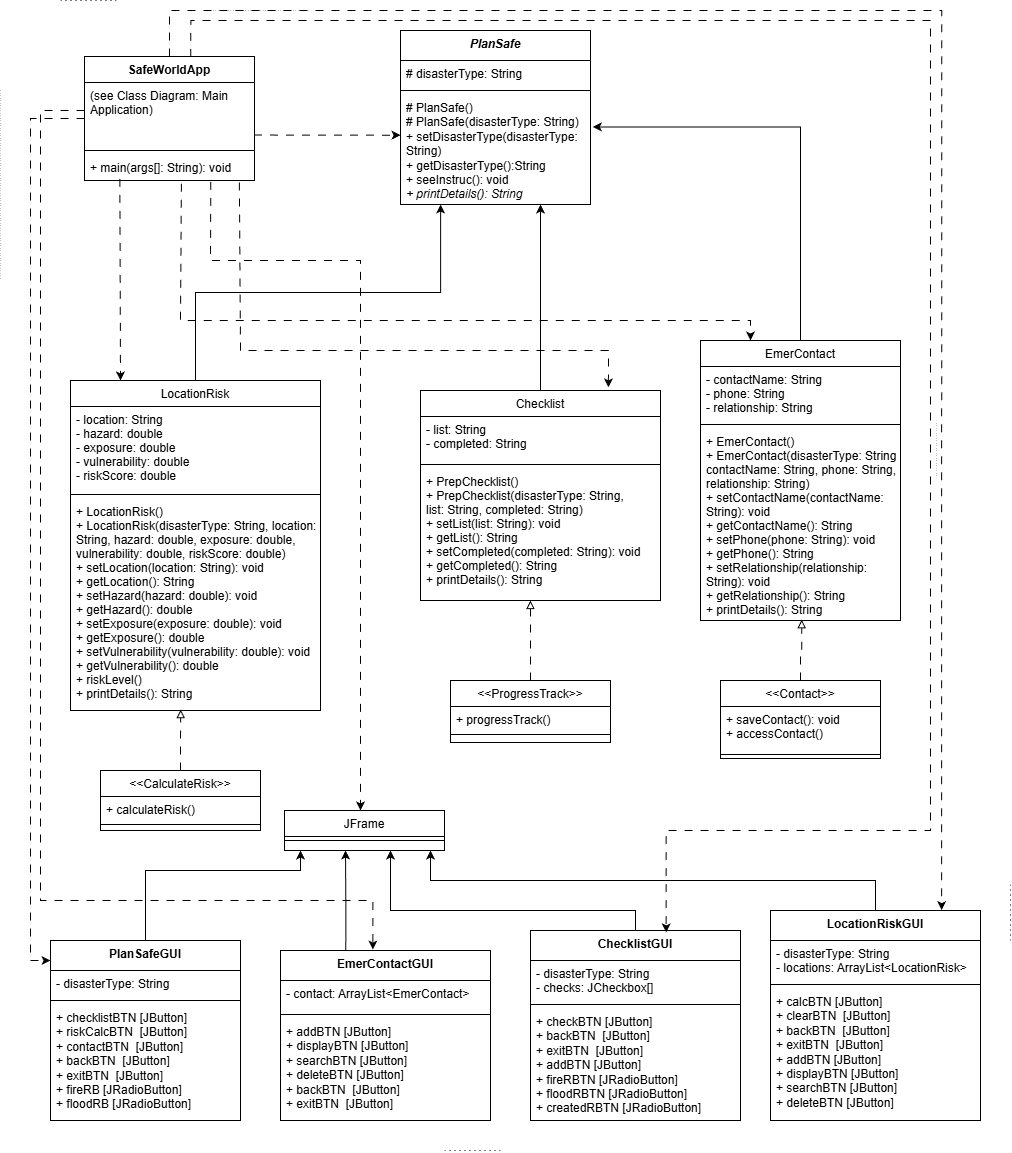
Earlier version of the draw.io export NamuunClassDiagram.png (Namuun612/OOP2025). Source tidied: cells renumbered, new cells last; positions are measured from the earlier drawing's top-left corner, leaving out a move shared by most shapes.
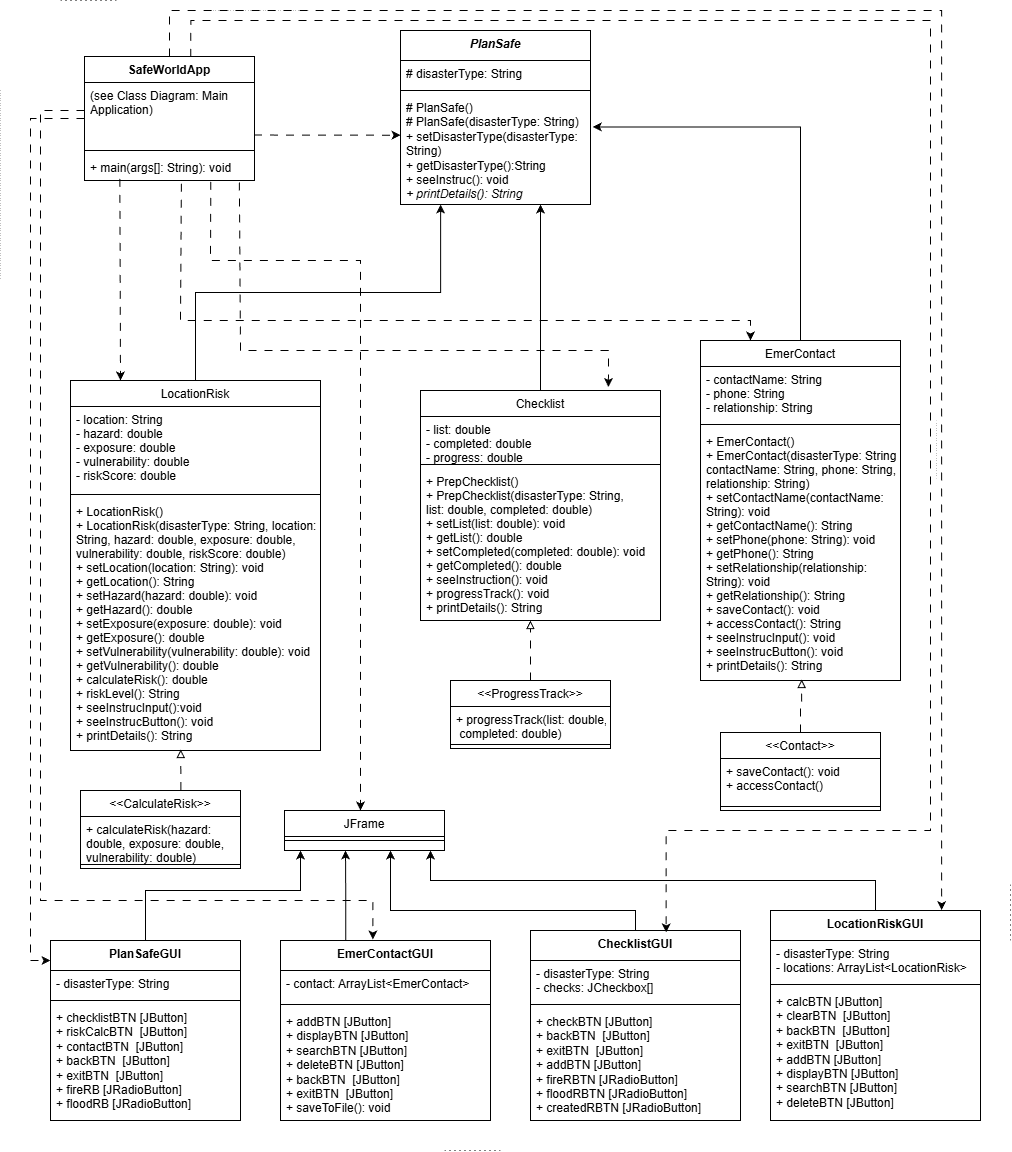
Later version of the same file.

Diff of the diagram source:
```diff
@@ -8,3 +8,3 @@
     <mxCell id="3" value="LocationRisk" style="swimlane;fontStyle=0;align=center;verticalAlign=top;horizontal=1;startSize=26;rounded=0;shadow=0;strokeWidth=1;" parent="1" vertex="1">
-      <mxGeometry x="70" y="380" width="250" height="330" as="geometry" />
+      <mxGeometry x="70" y="380" width="250" height="370" as="geometry" />
     </mxCell>
@@ -16,4 +16,4 @@
     </mxCell>
-    <mxCell id="6" value="+ LocationRisk()&#10;+ LocationRisk(disasterType: String, location: &#10;String, hazard: double, exposure: double, &#10;vulnerability: double, riskScore: double)&#10;+ setLocation(location: String): void&#10;+ getLocation(): String&#10;+ setHazard(hazard: double): void&#10;+ getHazard(): double&#10;+ setExposure(exposure: double): void&#10;+ getExposure(): double&#10;+ setVulnerability(vulnerability: double): void&#10;+ getVulnerability(): double&#10;+ riskLevel()&#10;+ printDetails(): String" style="text;align=left;verticalAlign=top;spacingLeft=4;spacingRight=4;overflow=hidden;points=[[0,0.5],[1,0.5]];portConstraint=eastwest;" parent="3" vertex="1">
-      <mxGeometry y="118" width="250" height="212" as="geometry" />
+    <mxCell id="6" value="+ LocationRisk()&#10;+ LocationRisk(disasterType: String, location: &#10;String, hazard: double, exposure: double, &#10;vulnerability: double, riskScore: double)&#10;+ setLocation(location: String): void&#10;+ getLocation(): String&#10;+ setHazard(hazard: double): void&#10;+ getHazard(): double&#10;+ setExposure(exposure: double): void&#10;+ getExposure(): double&#10;+ setVulnerability(vulnerability: double): void&#10;+ getVulnerability(): double&#10;+ calculateRisk(): double&#10;+ riskLevel(): String&#10;+ seeInstrucInput():void&#10;+ seeInstrucButton(): void&#10;+ printDetails(): String" style="text;align=left;verticalAlign=top;spacingLeft=4;spacingRight=4;overflow=hidden;points=[[0,0.5],[1,0.5]];portConstraint=eastwest;" parent="3" vertex="1">
+      <mxGeometry y="118" width="250" height="252" as="geometry" />
     </mxCell>
@@ -23,5 +23,5 @@
     <mxCell id="8" value="Checklist" style="swimlane;fontStyle=0;align=center;verticalAlign=top;horizontal=1;startSize=26;rounded=0;shadow=0;strokeWidth=1;" parent="1" vertex="1">
-      <mxGeometry x="420" y="390" width="240" height="210" as="geometry" />
+      <mxGeometry x="420" y="390" width="240" height="230" as="geometry" />
     </mxCell>
-    <mxCell id="9" value="- list: String&#10;- completed: String&#10;" style="text;align=left;verticalAlign=top;spacingLeft=4;spacingRight=4;overflow=hidden;" parent="8" vertex="1">
+    <mxCell id="9" value="- list: double&#10;- completed: double&#10;- progress: double" style="text;align=left;verticalAlign=top;spacingLeft=4;spacingRight=4;overflow=hidden;" parent="8" vertex="1">
       <mxGeometry y="26" width="240" height="44" as="geometry" />
@@ -31,7 +31,7 @@
     </mxCell>
-    <mxCell id="11" value="+ PrepChecklist()&#10;+ PrepChecklist(disasterType: String, &#10;list: String, completed: String)&#10;+ setList(list: String): void&#10;+ getList(): String&#10;+ setCompleted(completed: String): void&#10;+ getCompleted(): String&#10;+ printDetails(): String" style="text;align=left;verticalAlign=top;spacingLeft=4;spacingRight=4;overflow=hidden;points=[[0,0.5],[1,0.5]];portConstraint=eastwest;fontStyle=0;" parent="8" vertex="1">
-      <mxGeometry y="78" width="240" height="132" as="geometry" />
+    <mxCell id="11" value="+ PrepChecklist()&#10;+ PrepChecklist(disasterType: String, &#10;list: double, completed: double)&#10;+ setList(list: double): void&#10;+ getList(): double&#10;+ setCompleted(completed: double): void&#10;+ getCompleted(): double&#10;+ seeInstruction(): void&#10;+ progressTrack(): void&#10;+ printDetails(): String" style="text;align=left;verticalAlign=top;spacingLeft=4;spacingRight=4;overflow=hidden;points=[[0,0.5],[1,0.5]];portConstraint=eastwest;fontStyle=0;" parent="8" vertex="1">
+      <mxGeometry y="78" width="240" height="152" as="geometry" />
     </mxCell>
     <mxCell id="12" value="&lt;&lt;Contact&gt;&gt;" style="swimlane;fontStyle=0;align=center;verticalAlign=top;horizontal=1;startSize=26;rounded=0;shadow=0;strokeWidth=1;" parent="1" vertex="1">
-      <mxGeometry x="720" y="680" width="160" height="78" as="geometry" />
+      <mxGeometry x="720" y="732" width="160" height="78" as="geometry" />
     </mxCell>
@@ -44,3 +44,3 @@
     <mxCell id="15" value="EmerContact" style="swimlane;fontStyle=0;align=center;verticalAlign=top;horizontal=1;startSize=26;rounded=0;shadow=0;strokeWidth=1;" parent="1" vertex="1">
-      <mxGeometry x="700" y="340" width="200" height="280" as="geometry" />
+      <mxGeometry x="700" y="340" width="200" height="340" as="geometry" />
     </mxCell>
@@ -52,4 +52,4 @@
     </mxCell>
-    <mxCell id="18" value="+ EmerContact()&#10;+ EmerContact(disasterType: String, &#10;contactName: String, phone: String,&#10;relationship: String)&#10;+ setContactName(contactName: &#10;String): void&#10;+ getContactName(): String&#10;+ setPhone(phone: String): void&#10;+ getPhone(): String&#10;+ setRelationship(relationship: &#10;String): void&#10;+ getRelationship(): String&#10;+ printDetails(): String" style="text;align=left;verticalAlign=top;spacingLeft=4;spacingRight=4;overflow=hidden;points=[[0,0.5],[1,0.5]];portConstraint=eastwest;fontStyle=0;" parent="15" vertex="1">
-      <mxGeometry y="88" width="200" height="192" as="geometry" />
+    <mxCell id="18" value="+ EmerContact()&#10;+ EmerContact(disasterType: String, &#10;contactName: String, phone: String,&#10;relationship: String)&#10;+ setContactName(contactName: &#10;String): void&#10;+ getContactName(): String&#10;+ setPhone(phone: String): void&#10;+ getPhone(): String&#10;+ setRelationship(relationship: &#10;String): void&#10;+ getRelationship(): String&#10;+ saveContact(): void&#10;+ accessContact(): String&#10;+ seeInstrucInput(): void&#10;+ seeInstrucButton(): void&#10;+ printDetails(): String" style="text;align=left;verticalAlign=top;spacingLeft=4;spacingRight=4;overflow=hidden;points=[[0,0.5],[1,0.5]];portConstraint=eastwest;fontStyle=0;" parent="15" vertex="1">
+      <mxGeometry y="88" width="200" height="252" as="geometry" />
     </mxCell>
@@ -67,3 +67,3 @@
     </mxCell>
-    <mxCell id="23" style="edgeStyle=orthogonalEdgeStyle;rounded=0;jettySize=auto;html=1;dashed=1;dashPattern=8 8;entryX=0.441;entryY=0.996;entryDx=0;entryDy=0;entryPerimeter=0;endArrow=block;endFill=0;" parent="1" edge="1" source="24" target="6">
+    <mxCell id="23" style="edgeStyle=orthogonalEdgeStyle;rounded=0;jettySize=auto;html=1;dashed=1;dashPattern=8 8;entryX=0.441;entryY=0.996;entryDx=0;entryDy=0;entryPerimeter=0;endArrow=block;endFill=0;exitX=0.627;exitY=-0.006;exitDx=0;exitDy=0;exitPerimeter=0;" parent="1" edge="1" source="24" target="6">
       <mxGeometry relative="1" as="geometry" />
@@ -71,18 +71,18 @@
     <mxCell id="24" value="&lt;&lt;CalculateRisk&gt;&gt;" style="swimlane;fontStyle=0;align=center;verticalAlign=top;horizontal=1;startSize=26;rounded=0;shadow=0;strokeWidth=1;" parent="1" vertex="1">
-      <mxGeometry x="100" y="770" width="160" height="60" as="geometry" />
+      <mxGeometry x="80" y="790" width="160" height="78" as="geometry" />
     </mxCell>
-    <mxCell id="25" value="+ calculateRisk()" style="text;align=left;verticalAlign=top;spacingLeft=4;spacingRight=4;overflow=hidden;" parent="24" vertex="1">
-      <mxGeometry y="26" width="160" height="24" as="geometry" />
+    <mxCell id="25" value="+ calculateRisk(hazard: &#10;double, exposure: double, &#10;vulnerability: double)" style="text;align=left;verticalAlign=top;spacingLeft=4;spacingRight=4;overflow=hidden;" parent="24" vertex="1">
+      <mxGeometry y="26" width="160" height="44" as="geometry" />
     </mxCell>
     <mxCell id="26" style="line;html=1;strokeWidth=1;align=left;verticalAlign=middle;spacingTop=-1;spacingLeft=3;spacingRight=3;labelPosition=right;" parent="24" vertex="1">
-      <mxGeometry y="50" width="160" height="8" as="geometry" />
+      <mxGeometry y="70" width="160" height="8" as="geometry" />
     </mxCell>
     <mxCell id="27" value="&lt;&lt;ProgressTrack&gt;&gt;" style="swimlane;fontStyle=0;align=center;verticalAlign=top;horizontal=1;startSize=26;rounded=0;shadow=0;strokeWidth=1;" parent="1" vertex="1">
-      <mxGeometry x="450" y="680" width="160" height="62" as="geometry" />
+      <mxGeometry x="450" y="680" width="160" height="68" as="geometry" />
     </mxCell>
-    <mxCell id="28" value="+ progressTrack()" style="text;align=left;verticalAlign=top;spacingLeft=4;spacingRight=4;overflow=hidden;" parent="27" vertex="1">
-      <mxGeometry y="26" width="160" height="24" as="geometry" />
+    <mxCell id="28" value="+ progressTrack(list: double,&#10; completed: double)" style="text;align=left;verticalAlign=top;spacingLeft=4;spacingRight=4;overflow=hidden;" parent="27" vertex="1">
+      <mxGeometry y="26" width="160" height="34" as="geometry" />
     </mxCell>
     <mxCell id="29" style="line;html=1;strokeWidth=1;align=left;verticalAlign=middle;spacingTop=-1;spacingLeft=3;spacingRight=3;labelPosition=right;" parent="27" vertex="1">
-      <mxGeometry y="50" width="160" height="8" as="geometry" />
+      <mxGeometry y="60" width="160" height="8" as="geometry" />
     </mxCell>
@@ -158,8 +158,9 @@
     </mxCell>
-    <mxCell id="44" style="edgeStyle=orthogonalEdgeStyle;rounded=0;jettySize=auto;html=1;" parent="1" edge="1" source="45">
+    <mxCell id="44" style="edgeStyle=orthogonalEdgeStyle;rounded=0;orthogonalLoop=1;jettySize=auto;html=1;" parent="1" edge="1">
       <mxGeometry relative="1" as="geometry">
+        <mxPoint x="145" y="960" as="sourcePoint" />
         <mxPoint x="300" y="850" as="targetPoint" />
         <Array as="points">
-          <mxPoint x="145" y="870" />
-          <mxPoint x="300" y="870" />
+          <mxPoint x="145" y="890" />
+          <mxPoint x="300" y="890" />
         </Array>
@@ -227,3 +228,3 @@
     <mxCell id="60" value="&lt;span style=&quot;background-color: transparent; color: light-dark(rgb(0, 0, 0), rgb(255, 255, 255));&quot;&gt;EmerContactGUI&lt;/span&gt;" style="swimlane;fontStyle=1;align=center;verticalAlign=top;horizontal=1;startSize=30;whiteSpace=wrap;html=1;" parent="1" vertex="1">
-      <mxGeometry x="280" y="950" width="210" height="170" as="geometry" />
+      <mxGeometry x="280" y="940" width="210" height="180" as="geometry" />
     </mxCell>
@@ -235,4 +236,4 @@
     </mxCell>
-    <mxCell id="63" value="&lt;div&gt;&lt;span style=&quot;background-color: transparent; color: light-dark(rgb(0, 0, 0), rgb(255, 255, 255));&quot;&gt;+ addBTN [&lt;/span&gt;&lt;span style=&quot;background-color: transparent; color: light-dark(rgb(0, 0, 0), rgb(255, 255, 255));&quot;&gt;JButton&lt;/span&gt;&lt;span style=&quot;background-color: transparent; color: light-dark(rgb(0, 0, 0), rgb(255, 255, 255));&quot;&gt;]&lt;/span&gt;&lt;/div&gt;&lt;div&gt;&lt;span style=&quot;background-color: transparent; color: light-dark(rgb(0, 0, 0), rgb(255, 255, 255));&quot;&gt;+ displayBTN [&lt;/span&gt;JButton&lt;span style=&quot;background-color: transparent; color: light-dark(rgb(0, 0, 0), rgb(255, 255, 255));&quot;&gt;]&lt;/span&gt;&lt;/div&gt;&lt;div&gt;&lt;span style=&quot;background-color: transparent; color: light-dark(rgb(0, 0, 0), rgb(255, 255, 255));&quot;&gt;+ searchBTN&amp;nbsp;&lt;/span&gt;&lt;span style=&quot;background-color: transparent; color: light-dark(rgb(0, 0, 0), rgb(255, 255, 255));&quot;&gt;[&lt;/span&gt;&lt;span style=&quot;background-color: transparent; color: light-dark(rgb(0, 0, 0), rgb(255, 255, 255));&quot;&gt;JButton&lt;/span&gt;&lt;span style=&quot;background-color: transparent; color: light-dark(rgb(0, 0, 0), rgb(255, 255, 255));&quot;&gt;]&lt;/span&gt;&lt;/div&gt;&lt;div&gt;&lt;span style=&quot;background-color: transparent; color: light-dark(rgb(0, 0, 0), rgb(255, 255, 255));&quot;&gt;+ deleteBTN&amp;nbsp;&lt;/span&gt;&lt;span style=&quot;background-color: transparent; color: light-dark(rgb(0, 0, 0), rgb(255, 255, 255));&quot;&gt;[&lt;/span&gt;&lt;span style=&quot;background-color: transparent; color: light-dark(rgb(0, 0, 0), rgb(255, 255, 255));&quot;&gt;JButton&lt;/span&gt;&lt;span style=&quot;background-color: transparent; color: light-dark(rgb(0, 0, 0), rgb(255, 255, 255));&quot;&gt;]&lt;/span&gt;&lt;/div&gt;&lt;div&gt;&lt;span style=&quot;background-color: transparent; color: light-dark(rgb(0, 0, 0), rgb(255, 255, 255));&quot;&gt;+ backBTN&amp;nbsp;&lt;/span&gt;&lt;span style=&quot;background-color: transparent; color: light-dark(rgb(0, 0, 0), rgb(255, 255, 255));&quot;&gt;&amp;nbsp;&lt;/span&gt;&lt;span style=&quot;background-color: transparent; color: light-dark(rgb(0, 0, 0), rgb(255, 255, 255));&quot;&gt;[JButton]&lt;/span&gt;&lt;/div&gt;&lt;div&gt;&lt;span style=&quot;background-color: transparent; color: light-dark(rgb(0, 0, 0), rgb(255, 255, 255));&quot;&gt;+ exitBTN&amp;nbsp;&lt;/span&gt;&lt;span style=&quot;background-color: transparent; color: light-dark(rgb(0, 0, 0), rgb(255, 255, 255));&quot;&gt;&amp;nbsp;&lt;/span&gt;&lt;span style=&quot;background-color: transparent; color: light-dark(rgb(0, 0, 0), rgb(255, 255, 255));&quot;&gt;[JButton]&lt;/span&gt;&lt;/div&gt;&lt;div&gt;&lt;br&gt;&lt;/div&gt;" style="text;strokeColor=none;fillColor=none;align=left;verticalAlign=top;spacingLeft=4;spacingRight=4;overflow=hidden;whiteSpace=wrap;html=1;" parent="60" vertex="1">
-      <mxGeometry y="68" width="210" height="102" as="geometry" />
+    <mxCell id="63" value="&lt;div&gt;&lt;span style=&quot;background-color: transparent; color: light-dark(rgb(0, 0, 0), rgb(255, 255, 255));&quot;&gt;+ addBTN [&lt;/span&gt;&lt;span style=&quot;background-color: transparent; color: light-dark(rgb(0, 0, 0), rgb(255, 255, 255));&quot;&gt;JButton&lt;/span&gt;&lt;span style=&quot;background-color: transparent; color: light-dark(rgb(0, 0, 0), rgb(255, 255, 255));&quot;&gt;]&lt;/span&gt;&lt;/div&gt;&lt;div&gt;&lt;span style=&quot;background-color: transparent; color: light-dark(rgb(0, 0, 0), rgb(255, 255, 255));&quot;&gt;+ displayBTN [&lt;/span&gt;JButton&lt;span style=&quot;background-color: transparent; color: light-dark(rgb(0, 0, 0), rgb(255, 255, 255));&quot;&gt;]&lt;/span&gt;&lt;/div&gt;&lt;div&gt;&lt;span style=&quot;background-color: transparent; color: light-dark(rgb(0, 0, 0), rgb(255, 255, 255));&quot;&gt;+ searchBTN&amp;nbsp;&lt;/span&gt;&lt;span style=&quot;background-color: transparent; color: light-dark(rgb(0, 0, 0), rgb(255, 255, 255));&quot;&gt;[&lt;/span&gt;&lt;span style=&quot;background-color: transparent; color: light-dark(rgb(0, 0, 0), rgb(255, 255, 255));&quot;&gt;JButton&lt;/span&gt;&lt;span style=&quot;background-color: transparent; color: light-dark(rgb(0, 0, 0), rgb(255, 255, 255));&quot;&gt;]&lt;/span&gt;&lt;/div&gt;&lt;div&gt;&lt;span style=&quot;background-color: transparent; color: light-dark(rgb(0, 0, 0), rgb(255, 255, 255));&quot;&gt;+ deleteBTN&amp;nbsp;&lt;/span&gt;&lt;span style=&quot;background-color: transparent; color: light-dark(rgb(0, 0, 0), rgb(255, 255, 255));&quot;&gt;[&lt;/span&gt;&lt;span style=&quot;background-color: transparent; color: light-dark(rgb(0, 0, 0), rgb(255, 255, 255));&quot;&gt;JButton&lt;/span&gt;&lt;span style=&quot;background-color: transparent; color: light-dark(rgb(0, 0, 0), rgb(255, 255, 255));&quot;&gt;]&lt;/span&gt;&lt;/div&gt;&lt;div&gt;&lt;span style=&quot;background-color: transparent; color: light-dark(rgb(0, 0, 0), rgb(255, 255, 255));&quot;&gt;+ backBTN&amp;nbsp;&lt;/span&gt;&lt;span style=&quot;background-color: transparent; color: light-dark(rgb(0, 0, 0), rgb(255, 255, 255));&quot;&gt;&amp;nbsp;&lt;/span&gt;&lt;span style=&quot;background-color: transparent; color: light-dark(rgb(0, 0, 0), rgb(255, 255, 255));&quot;&gt;[JButton]&lt;/span&gt;&lt;/div&gt;&lt;div&gt;&lt;span style=&quot;background-color: transparent; color: light-dark(rgb(0, 0, 0), rgb(255, 255, 255));&quot;&gt;+ exitBTN&amp;nbsp;&lt;/span&gt;&lt;span style=&quot;background-color: transparent; color: light-dark(rgb(0, 0, 0), rgb(255, 255, 255));&quot;&gt;&amp;nbsp;&lt;/span&gt;&lt;span style=&quot;background-color: transparent; color: light-dark(rgb(0, 0, 0), rgb(255, 255, 255));&quot;&gt;[JButton]&lt;/span&gt;&lt;/div&gt;&lt;div&gt;&lt;span style=&quot;background-color: transparent; color: light-dark(rgb(0, 0, 0), rgb(255, 255, 255));&quot;&gt;+ saveToFile(&lt;/span&gt;&lt;span style=&quot;background-color: transparent; color: light-dark(rgb(0, 0, 0), rgb(255, 255, 255));&quot;&gt;): void&lt;/span&gt;&lt;/div&gt;&lt;div&gt;&lt;br&gt;&lt;/div&gt;" style="text;strokeColor=none;fillColor=none;align=left;verticalAlign=top;spacingLeft=4;spacingRight=4;overflow=hidden;whiteSpace=wrap;html=1;" parent="60" vertex="1">
+      <mxGeometry y="68" width="210" height="112" as="geometry" />
     </mxCell>
```
